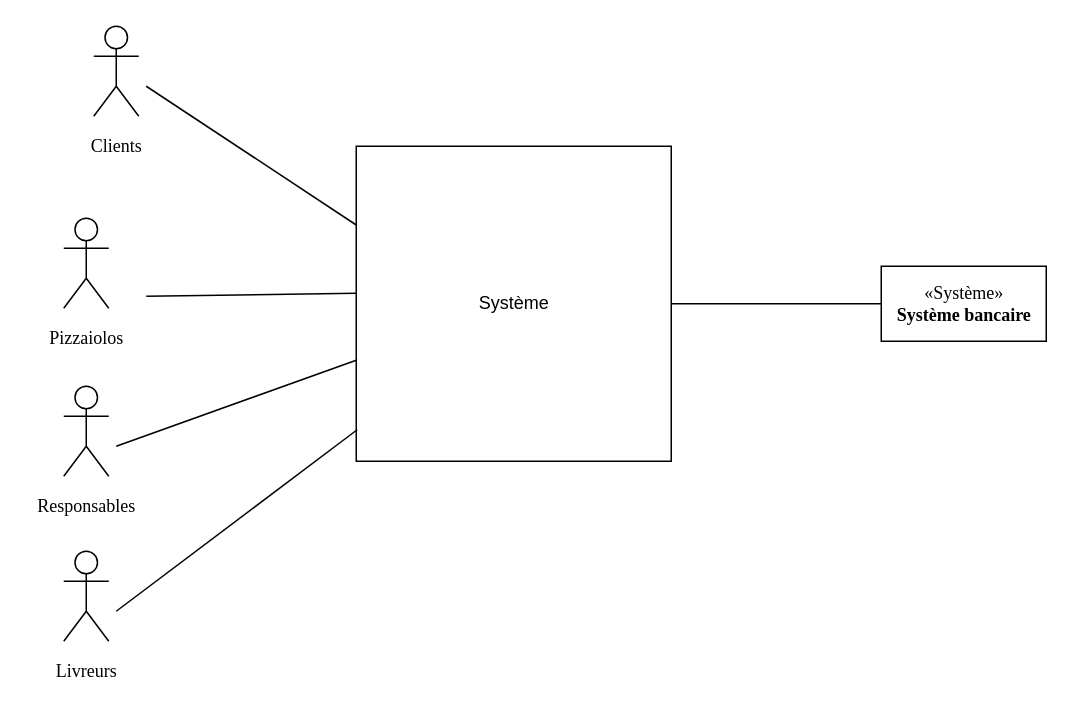
Above: diagramme_de_contexte.drawio in StephenAOGOLO/P4_Analysez_les_besoins (draw.io), before the change. Source tidied: cells renumbered, new cells numbered last; positions are measured from the earlier drawing's top-left corner, leaving out a move shared by most shapes. Both pictures are drawn from the tidied source at 150%, with x=0, y=0 at pixel (26, 26).
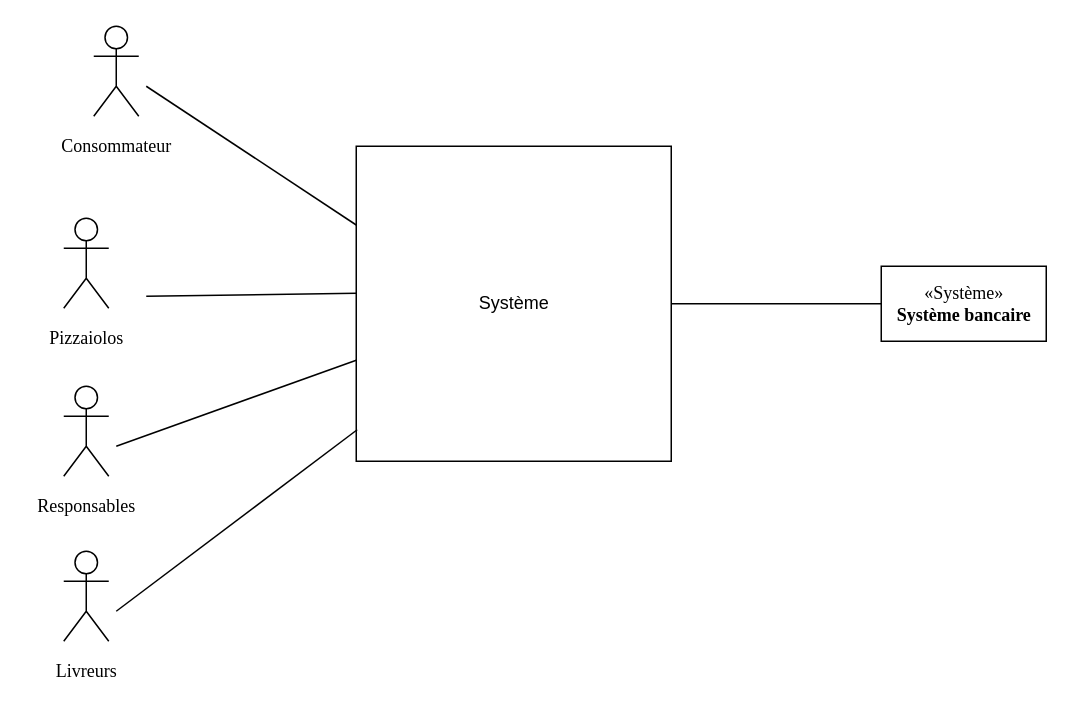
The same diagram, later.

What changed in the source:
```diff
@@
     <mxCell id="3" style="group;" parent="1" vertex="1">
-      <mxGeometry x="40" width="50" height="90" as="geometry" />
+      <mxGeometry x="40" width="65" height="90" as="geometry" />
     </mxCell>
@@
-    <mxCell id="5" value="Clients" style="text;html=1;align=center;verticalAlign=middle;fontFamily=Times New Roman;fontColor=none;" parent="3" vertex="1">
-      <mxGeometry x="-5" y="70" width="50" height="20" as="geometry" />
+    <mxCell id="5" value="Consommateur" style="text;html=1;align=center;verticalAlign=middle;fontFamily=Times New Roman;fontColor=none;" parent="3" vertex="1">
+      <mxGeometry x="-25" y="70" width="90" height="20" as="geometry" />
     </mxCell>
```
